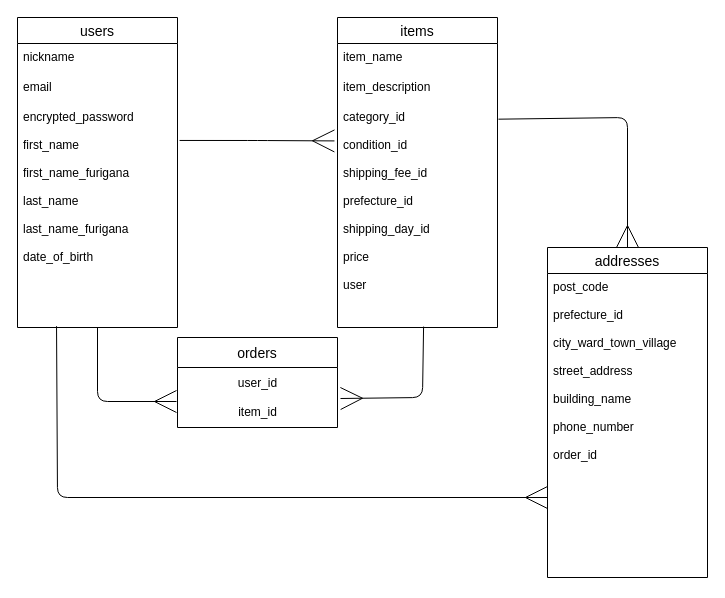
Above: test.dio in user-onion-japan-1919/furima-41924 (draw.io), before the change. Source tidied: cells renumbered, new cells numbered last; positions are measured from the earlier drawing's top-left corner, leaving out a move shared by most shapes. Both pictures are drawn from the tidied source at 100%, with x=0, y=0 at pixel (17, 17).
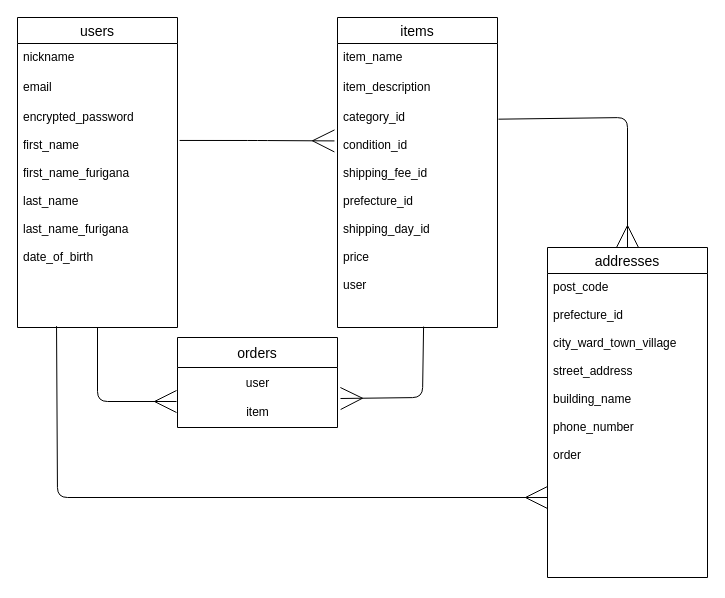
The same page after the edit.

Commit message (it also covers changes not shown here):
＃３　しゅうせい

The change refers to these unchanged cells:
```xml
<mxCell id="15" value="orders" style="swimlane;fontStyle=0;horizontal=1;startSize=30;align=center;fontSize=14;" parent="1" vertex="1">
  <mxGeometry x="160" y="320" width="160" height="90" as="geometry" />
</mxCell>
<mxCell id="17" value="addresses" style="swimlane;fontStyle=0;horizontal=1;startSize=26;align=center;fontSize=14;" parent="1" vertex="1">
  <mxGeometry x="530" y="230" width="160" height="330" as="geometry" />
</mxCell>
```

The edit, as a diff of the source:
```diff
@@
-    <mxCell id="16" value="user_id&lt;br&gt;&lt;br&gt;item_id" style="text;html=1;align=center;verticalAlign=middle;strokeColor=none;fillColor=none;" parent="15" vertex="1">
+    <mxCell id="16" value="user&lt;br&gt;&lt;br&gt;item" style="text;html=1;align=center;verticalAlign=middle;strokeColor=none;fillColor=none;" parent="15" vertex="1">
       <mxGeometry y="30" width="160" height="60" as="geometry" />
     </mxCell>
@@
-    <mxCell id="18" value="post_code&#10;&#10;prefecture_id&#10;&#10;city_ward_town_village&#10;&#10;street_address&#10;&#10;building_name&#10;&#10;phone_number&#10;&#10;order_id&#10;&#10;&#10;&#10;" style="text;strokeColor=none;fillColor=none;spacingLeft=4;spacingRight=4;overflow=hidden;fontSize=12;" parent="17" vertex="1">
+    <mxCell id="18" value="post_code&#10;&#10;prefecture_id&#10;&#10;city_ward_town_village&#10;&#10;street_address&#10;&#10;building_name&#10;&#10;phone_number&#10;&#10;order&#10;&#10;&#10;&#10;" style="text;strokeColor=none;fillColor=none;spacingLeft=4;spacingRight=4;overflow=hidden;fontSize=12;" parent="17" vertex="1">
       <mxGeometry y="26" width="160" height="304" as="geometry" />
     </mxCell>
```
